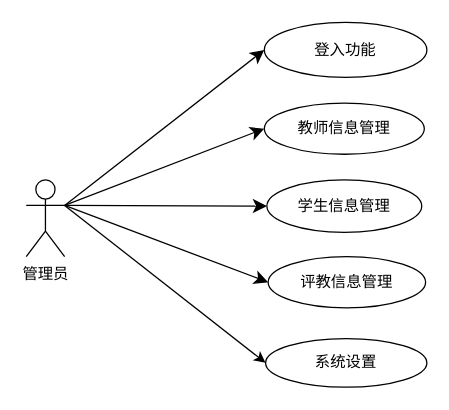
This is page "管理员" (1 of 7) of 未命名绘图.drawio from mao-user/2024code, a draw.io file, before an edit. Source tidied: cells renumbered, new cells numbered last; positions are measured from the earlier drawing's top-left corner, leaving out a move shared by most shapes. Both pictures are drawn from the tidied source at 128%, with x=0, y=0 at pixel (26, 22).
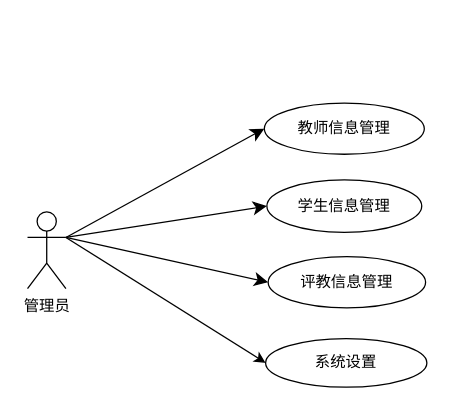
Above is the later version.

The edit, as a diff of the source:
```diff
@@
 <mxGraphModel>
   <root>
     <mxCell id="0" />
     <mxCell id="1" parent="0" />
-    <mxCell id="2" style="edgeStyle=none;curved=1;rounded=0;jettySize=auto;html=1;exitX=1;exitY=0.3333333333333333;exitDx=0;exitDy=0;exitPerimeter=0;entryX=0;entryY=0.5;entryDx=0;entryDy=0;fontSize=12;startSize=8;endSize=8;" parent="1" edge="1" source="7" target="8">
-      <mxGeometry relative="1" as="geometry" />
-    </mxCell>
     <mxCell id="3" style="edgeStyle=none;curved=1;rounded=0;jettySize=auto;html=1;exitX=1;exitY=0.3333333333333333;exitDx=0;exitDy=0;exitPerimeter=0;entryX=0;entryY=0.5;entryDx=0;entryDy=0;fontSize=12;startSize=8;endSize=8;" parent="1" edge="1" source="7" target="9">
       <mxGeometry relative="1" as="geometry" />
     </mxCell>
     <mxCell id="4" style="edgeStyle=none;curved=1;rounded=0;jettySize=auto;html=1;exitX=1;exitY=0.3333333333333333;exitDx=0;exitDy=0;exitPerimeter=0;entryX=0;entryY=0.5;entryDx=0;entryDy=0;fontSize=12;startSize=8;endSize=8;" parent="1" edge="1" source="7" target="10">
       <mxGeometry relative="1" as="geometry" />
     </mxCell>
     <mxCell id="5" style="edgeStyle=none;curved=1;rounded=0;jettySize=auto;html=1;exitX=1;exitY=0.3333333333333333;exitDx=0;exitDy=0;exitPerimeter=0;entryX=0;entryY=0.5;entryDx=0;entryDy=0;fontSize=12;startSize=8;endSize=8;" parent="1" edge="1" source="7" target="11">
       <mxGeometry relative="1" as="geometry" />
     </mxCell>
     <mxCell id="6" style="edgeStyle=none;rounded=0;jettySize=auto;html=1;exitX=1;exitY=0.3333333333333333;exitDx=0;exitDy=0;exitPerimeter=0;entryX=0;entryY=0.5;entryDx=0;entryDy=0;" parent="1" edge="1" source="7" target="12">
       <mxGeometry relative="1" as="geometry" />
     </mxCell>
     <mxCell id="7" value="管理员" style="shape=umlActor;verticalLabelPosition=bottom;verticalAlign=top;html=1;outlineConnect=0;" parent="1" vertex="1">
-      <mxGeometry y="123" width="30" height="60" as="geometry" />
+      <mxGeometry x="1" y="148" width="30" height="60" as="geometry" />
     </mxCell>
-    <mxCell id="8" value="登入功能" style="ellipse;whiteSpace=wrap;html=1;" parent="1" vertex="1">
-      <mxGeometry x="186" width="127" height="43" as="geometry" />
-    </mxCell>
     <mxCell id="9" value="教师信息管理" style="ellipse;whiteSpace=wrap;html=1;" parent="1" vertex="1">
       <mxGeometry x="186" y="63" width="125" height="40" as="geometry" />
     </mxCell>
     <mxCell id="10" value="学生信息管理" style="ellipse;whiteSpace=wrap;html=1;" parent="1" vertex="1">
       <mxGeometry x="188" y="123" width="121" height="41" as="geometry" />
     </mxCell>
     <mxCell id="11" value="评教信息管理" style="ellipse;whiteSpace=wrap;html=1;" parent="1" vertex="1">
       <mxGeometry x="189" y="183" width="123" height="40" as="geometry" />
     </mxCell>
     <mxCell id="12" value="系统设置" style="ellipse;whiteSpace=wrap;html=1;" parent="1" vertex="1">
       <mxGeometry x="187" y="247" width="126" height="38" as="geometry" />
     </mxCell>
   </root>
 </mxGraphModel>
```
